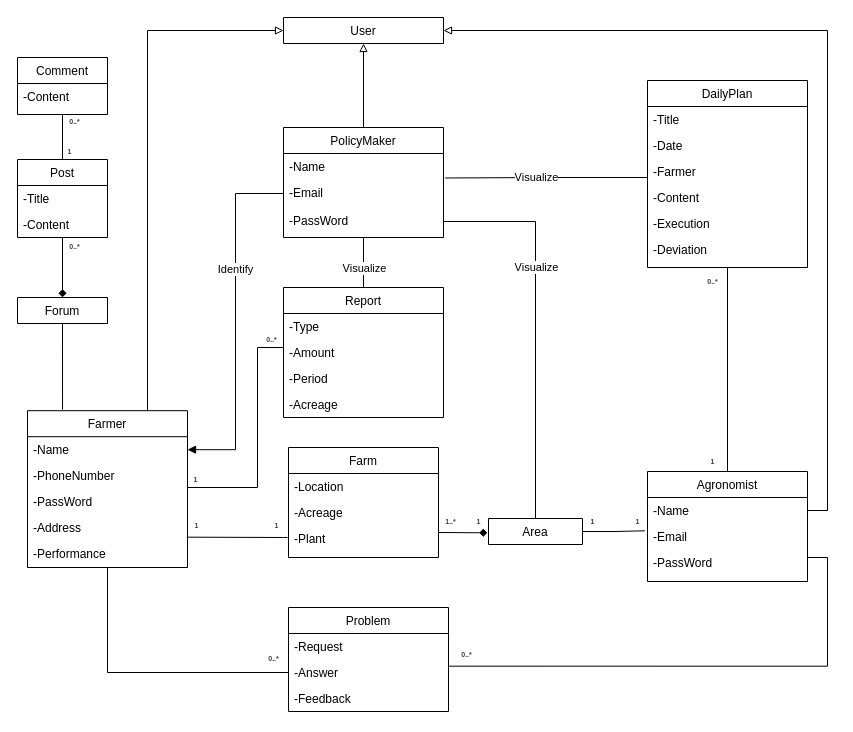
This is RASD/diagrams/Class diagram.drawio from ictar/DREAM-SE2-Project-2022, a draw.io file, before an edit. Source tidied: cells renumbered, new cells numbered last; positions are measured from the earlier drawing's top-left corner, leaving out a move shared by most shapes. Both pictures are drawn from the tidied source at 100%, with x=0, y=0 at pixel (17, 17).
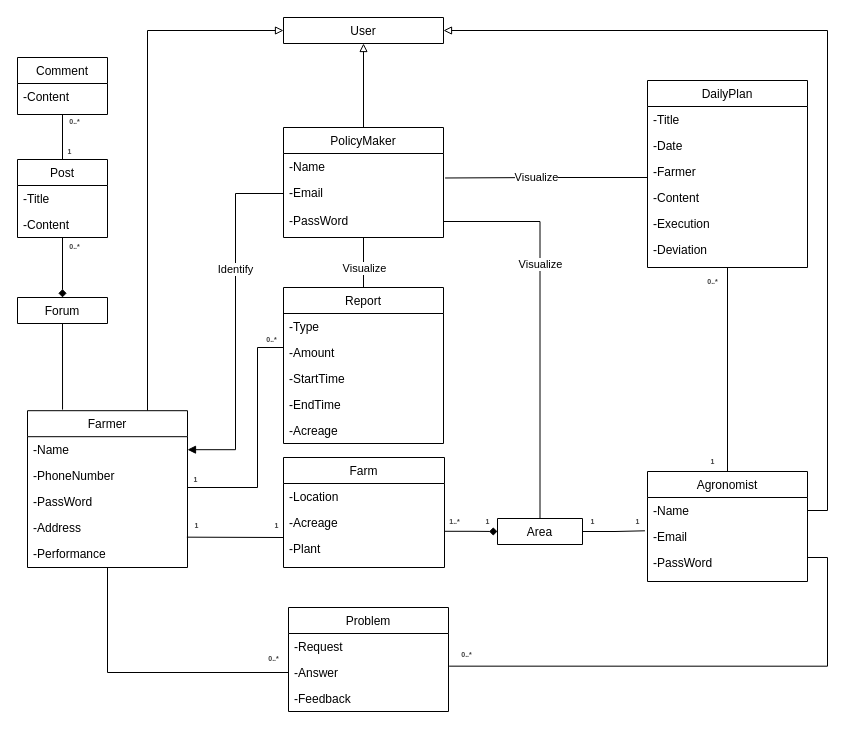
The same diagram, later.

Unchanged cells that the change refers to:
```xml
<mxCell id="43" value="-Address" style="text;align=left;verticalAlign=top;spacingLeft=4;spacingRight=4;overflow=hidden;points=[[0,0.5],[1,0.5]];portConstraint=eastwest;" parent="1" vertex="1">
  <mxGeometry x="10" y="497.2" width="160" height="26" as="geometry" />
</mxCell>
```

Diff of the diagram source:
```diff
@@
     <mxCell id="2" value="Report" style="swimlane;fontStyle=0;align=center;verticalAlign=top;horizontal=1;startSize=26;rounded=0;shadow=0;strokeWidth=1;" parent="1" vertex="1">
-      <mxGeometry x="266" y="270" width="160" height="130" as="geometry" />
+      <mxGeometry x="266" y="270" width="160" height="156" as="geometry" />
     </mxCell>
@@
-    <mxCell id="5" value="-Period" style="text;align=left;verticalAlign=top;spacingLeft=4;spacingRight=4;overflow=hidden;" parent="2" vertex="1">
+    <mxCell id="5" value="-StartTime" style="text;align=left;verticalAlign=top;spacingLeft=4;spacingRight=4;overflow=hidden;" parent="2" vertex="1">
       <mxGeometry y="78" width="160" height="26" as="geometry" />
     </mxCell>
-    <mxCell id="6" value="-Acreage" style="text;align=left;verticalAlign=top;spacingLeft=4;spacingRight=4;overflow=hidden;" parent="2" vertex="1">
+    <mxCell id="6" value="-EndTime" style="text;align=left;verticalAlign=top;spacingLeft=4;spacingRight=4;overflow=hidden;" parent="2" vertex="1">
       <mxGeometry y="104" width="160" height="26" as="geometry" />
     </mxCell>
+    <mxCell id="81" value="-Acreage" style="text;align=left;verticalAlign=top;spacingLeft=4;spacingRight=4;overflow=hidden;" parent="2" vertex="1">
+      <mxGeometry y="130" width="160" height="26" as="geometry" />
+    </mxCell>
@@
     <mxCell id="23" value="Farm" style="swimlane;fontStyle=0;align=center;verticalAlign=top;horizontal=1;startSize=26;rounded=0;shadow=0;strokeWidth=1;" parent="1" vertex="1">
-      <mxGeometry x="271" y="430" width="150" height="110" as="geometry" />
+      <mxGeometry x="266" y="440" width="161" height="110" as="geometry" />
     </mxCell>
     <mxCell id="24" value="-Location" style="text;align=left;verticalAlign=top;spacingLeft=4;spacingRight=4;overflow=hidden;rounded=0;shadow=0;html=0;" parent="23" vertex="1">
-      <mxGeometry y="26" width="150" height="26" as="geometry" />
+      <mxGeometry y="26" width="161" height="26" as="geometry" />
     </mxCell>
     <mxCell id="25" value="-Acreage" style="text;align=left;verticalAlign=top;spacingLeft=4;spacingRight=4;overflow=hidden;points=[[0,0.5],[1,0.5]];portConstraint=eastwest;" parent="23" vertex="1">
-      <mxGeometry y="52" width="150" height="26" as="geometry" />
+      <mxGeometry y="52" width="161" height="26" as="geometry" />
     </mxCell>
@@
     <mxCell id="27" value="-Plant" style="text;align=left;verticalAlign=top;spacingLeft=4;spacingRight=4;overflow=hidden;" parent="23" vertex="1">
-      <mxGeometry y="78" width="150" height="26" as="geometry" />
+      <mxGeometry y="78" width="161" height="26" as="geometry" />
     </mxCell>
@@
     <mxCell id="46" style="edgeStyle=orthogonalEdgeStyle;rounded=0;jettySize=auto;html=1;entryX=0.996;entryY=0.864;entryDx=0;entryDy=0;entryPerimeter=0;endArrow=none;endFill=0;" parent="1" edge="1" target="43">
       <mxGeometry relative="1" as="geometry">
-        <mxPoint x="270" y="520" as="sourcePoint" />
+        <mxPoint x="266" y="520" as="sourcePoint" />
         <Array as="points">
           <mxPoint x="266" y="520" />
         </Array>
       </mxGeometry>
     </mxCell>
@@
     <mxCell id="52" value="&lt;span style=&quot;color: rgb(63 , 63 , 63) ; font-size: 7px ; background-color: rgb(255 , 255 , 255)&quot;&gt;&lt;b&gt;1..*&lt;/b&gt;&lt;/span&gt;" style="text;html=1;align=center;verticalAlign=middle;strokeColor=none;fillColor=none;fontSize=7;" parent="1" vertex="1">
-      <mxGeometry x="418" y="500" width="30" height="10" as="geometry" />
+      <mxGeometry x="422" y="500" width="30" height="10" as="geometry" />
     </mxCell>
@@
     <mxCell id="63" value="Area" style="swimlane;fontStyle=0;align=center;verticalAlign=top;horizontal=1;startSize=26;rounded=0;shadow=0;strokeWidth=1;" parent="1" vertex="1" collapsed="1">
-      <mxGeometry x="471" y="501" width="94" height="26" as="geometry" />
+      <mxGeometry x="480" y="501" width="85" height="26" as="geometry" />
     </mxCell>
-    <mxCell id="64" style="edgeStyle=orthogonalEdgeStyle;rounded=0;orthogonalLoop=1;jettySize=auto;html=1;endArrow=diamond;endFill=1;" parent="1" edge="1">
-      <mxGeometry relative="1" as="geometry">
-        <mxPoint x="421" y="515" as="sourcePoint" />
-        <mxPoint x="470" y="515.3" as="targetPoint" />
-        <Array as="points">
-          <mxPoint x="421" y="515" />
-        </Array>
-      </mxGeometry>
+    <mxCell id="64" style="edgeStyle=orthogonalEdgeStyle;rounded=0;jettySize=auto;html=1;endArrow=diamond;endFill=1;entryX=0;entryY=0.5;entryDx=0;entryDy=0;exitX=1;exitY=0.838;exitDx=0;exitDy=0;exitPerimeter=0;" parent="1" edge="1" source="25" target="63">
+      <mxGeometry relative="1" as="geometry" />
     </mxCell>
@@
     <mxCell id="71" value="&lt;span style=&quot;color: rgb(63 , 63 , 63) ; font-size: 7px ; background-color: rgb(255 , 255 , 255)&quot;&gt;&lt;b&gt;1&lt;br&gt;&lt;/b&gt;&lt;/span&gt;" style="text;html=1;align=center;verticalAlign=middle;strokeColor=none;fillColor=none;fontSize=7;" parent="1" vertex="1">
-      <mxGeometry x="451" y="500.2" width="20" height="10" as="geometry" />
+      <mxGeometry x="460" y="500" width="20" height="10" as="geometry" />
     </mxCell>
```
